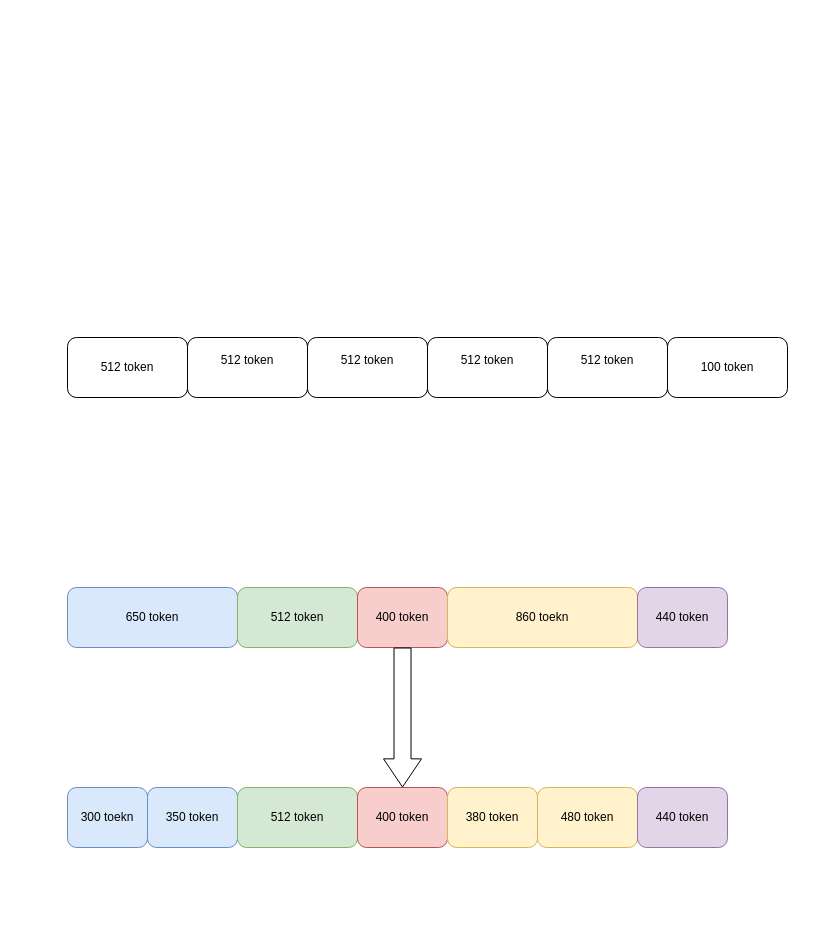
Earlier version of the draw.io diagram LLM/chunk.drawio (Ice-YcY/Diagram). Source tidied: cells renumbered, new cells numbered last; positions are measured from the earlier drawing's top-left corner, leaving out a move shared by most shapes. Both pictures are drawn from the tidied source at 100%, with x=0, y=0 at pixel (67, 337).
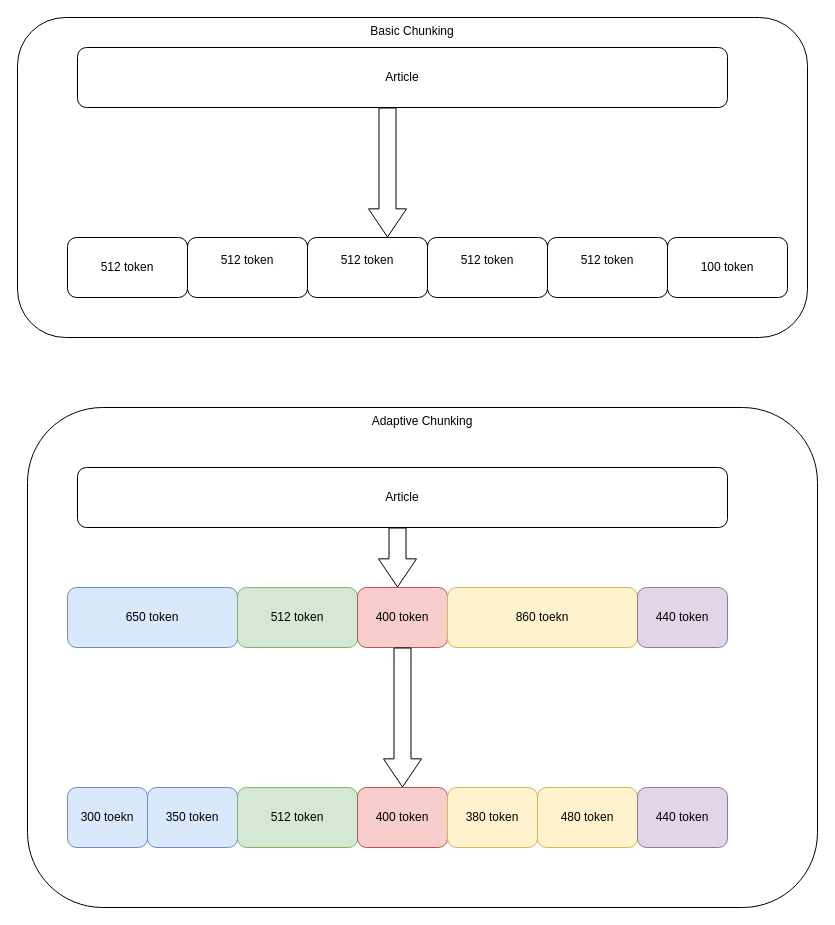
The same diagram, later.

What changed in the source:
```diff
@@
+    <mxCell id="21" value="Adaptive Chunking" style="rounded=1;whiteSpace=wrap;html=1;verticalAlign=top;" parent="1" vertex="1">
+      <mxGeometry x="-40" y="70" width="790" height="500" as="geometry" />
+    </mxCell>
+    <mxCell id="22" value="&lt;div style=&quot;text-align: justify;&quot;&gt;&lt;span style=&quot;background-color: initial;&quot;&gt;Basic Chunking&lt;/span&gt;&lt;/div&gt;" style="rounded=1;whiteSpace=wrap;html=1;align=center;verticalAlign=top;" parent="1" vertex="1">
+      <mxGeometry x="-50" y="-320" width="790" height="320" as="geometry" />
+    </mxCell>
     <mxCell id="2" value="&#10;&lt;span style=&quot;color: rgb(0, 0, 0); font-family: Helvetica; font-size: 12px; font-style: normal; font-variant-ligatures: normal; font-variant-caps: normal; font-weight: 400; letter-spacing: normal; orphans: 2; text-align: center; text-indent: 0px; text-transform: none; widows: 2; word-spacing: 0px; -webkit-text-stroke-width: 0px; background-color: rgb(251, 251, 251); text-decoration-thickness: initial; text-decoration-style: initial; text-decoration-color: initial; float: none; display: inline !important;&quot;&gt;512 token&lt;/span&gt;&#10;&#10;" style="rounded=1;whiteSpace=wrap;html=1;" parent="1" vertex="1">
-      <mxGeometry x="360" width="120" height="60" as="geometry" />
+      <mxGeometry x="360" y="-100" width="120" height="60" as="geometry" />
     </mxCell>
     <mxCell id="3" value="512 token" style="rounded=1;whiteSpace=wrap;html=1;" parent="1" vertex="1">
-      <mxGeometry width="120" height="60" as="geometry" />
+      <mxGeometry y="-100" width="120" height="60" as="geometry" />
     </mxCell>
     <mxCell id="4" value="&#10;&lt;span style=&quot;color: rgb(0, 0, 0); font-family: Helvetica; font-size: 12px; font-style: normal; font-variant-ligatures: normal; font-variant-caps: normal; font-weight: 400; letter-spacing: normal; orphans: 2; text-align: center; text-indent: 0px; text-transform: none; widows: 2; word-spacing: 0px; -webkit-text-stroke-width: 0px; background-color: rgb(251, 251, 251); text-decoration-thickness: initial; text-decoration-style: initial; text-decoration-color: initial; float: none; display: inline !important;&quot;&gt;512 token&lt;/span&gt;&#10;&#10;" style="rounded=1;whiteSpace=wrap;html=1;" parent="1" vertex="1">
-      <mxGeometry x="120" width="120" height="60" as="geometry" />
+      <mxGeometry x="120" y="-100" width="120" height="60" as="geometry" />
     </mxCell>
     <mxCell id="5" value="&#10;&lt;span style=&quot;color: rgb(0, 0, 0); font-family: Helvetica; font-size: 12px; font-style: normal; font-variant-ligatures: normal; font-variant-caps: normal; font-weight: 400; letter-spacing: normal; orphans: 2; text-align: center; text-indent: 0px; text-transform: none; widows: 2; word-spacing: 0px; -webkit-text-stroke-width: 0px; background-color: rgb(251, 251, 251); text-decoration-thickness: initial; text-decoration-style: initial; text-decoration-color: initial; float: none; display: inline !important;&quot;&gt;512 token&lt;/span&gt;&#10;&#10;" style="rounded=1;whiteSpace=wrap;html=1;" parent="1" vertex="1">
-      <mxGeometry x="240" width="120" height="60" as="geometry" />
+      <mxGeometry x="240" y="-100" width="120" height="60" as="geometry" />
     </mxCell>
     <mxCell id="6" value="100 token" style="rounded=1;whiteSpace=wrap;html=1;" parent="1" vertex="1">
-      <mxGeometry x="600" width="120" height="60" as="geometry" />
+      <mxGeometry x="600" y="-100" width="120" height="60" as="geometry" />
     </mxCell>
@@
     <mxCell id="8" value="&#10;&lt;span style=&quot;color: rgb(0, 0, 0); font-family: Helvetica; font-size: 12px; font-style: normal; font-variant-ligatures: normal; font-variant-caps: normal; font-weight: 400; letter-spacing: normal; orphans: 2; text-align: center; text-indent: 0px; text-transform: none; widows: 2; word-spacing: 0px; -webkit-text-stroke-width: 0px; background-color: rgb(251, 251, 251); text-decoration-thickness: initial; text-decoration-style: initial; text-decoration-color: initial; float: none; display: inline !important;&quot;&gt;512 token&lt;/span&gt;&#10;&#10;" style="rounded=1;whiteSpace=wrap;html=1;" parent="1" vertex="1">
-      <mxGeometry x="480" width="120" height="60" as="geometry" />
+      <mxGeometry x="480" y="-100" width="120" height="60" as="geometry" />
     </mxCell>
@@
+    <mxCell id="23" value="Article" style="rounded=1;whiteSpace=wrap;html=1;" parent="1" vertex="1">
+      <mxGeometry x="10" y="130" width="650" height="60" as="geometry" />
+    </mxCell>
+    <mxCell id="24" style="shape=flexArrow;endArrow=classic;html=1;rounded=0;width=17;endSize=9.05;exitX=0.5;exitY=1;exitDx=0;exitDy=0;" parent="1" edge="1">
+      <mxGeometry relative="1" as="geometry">
+        <mxPoint x="330" y="190" as="sourcePoint" />
+        <mxPoint x="330" y="250" as="targetPoint" />
+      </mxGeometry>
+    </mxCell>
+    <mxCell id="25" value="Article" style="rounded=1;whiteSpace=wrap;html=1;" parent="1" vertex="1">
+      <mxGeometry x="10" y="-290" width="650" height="60" as="geometry" />
+    </mxCell>
+    <mxCell id="26" style="shape=flexArrow;endArrow=classic;html=1;rounded=0;width=17;endSize=9.05;exitX=0.5;exitY=1;exitDx=0;exitDy=0;" parent="1" edge="1">
+      <mxGeometry relative="1" as="geometry">
+        <mxPoint x="320" y="-230" as="sourcePoint" />
+        <mxPoint x="320" y="-100" as="targetPoint" />
+      </mxGeometry>
+    </mxCell>
```
